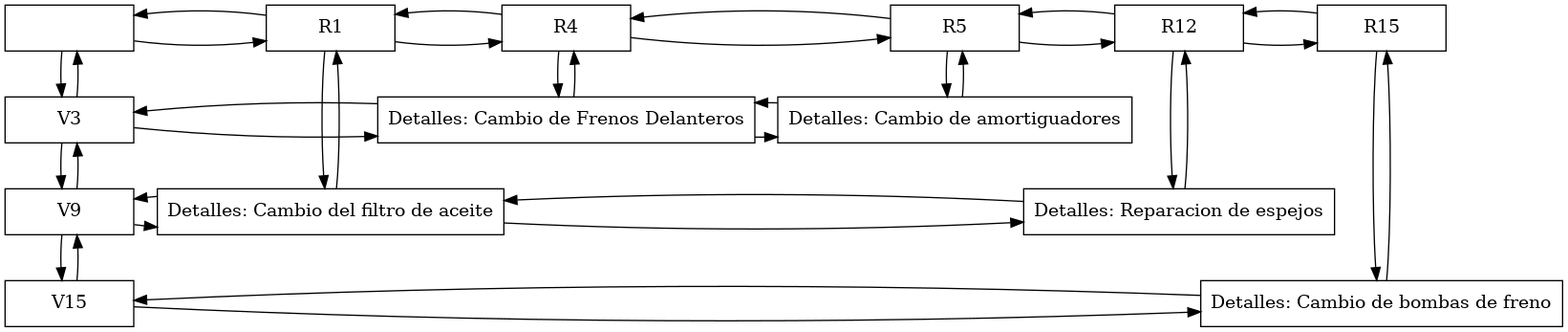
Before: Fase1/AutoGestPro/reports/Binnacle.png, a diagram exported from Graphviz (EstebanSNZT/-EDD-1S2025_202300769). Its source is kept beside it as Fase1/AutoGestPro/reports/Binnacle.dot.
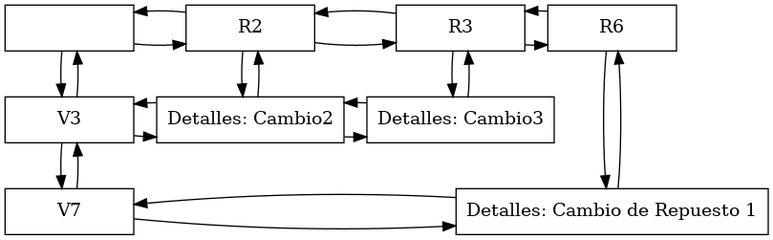
After the commit.

The edit, as a diff of the source:
```diff
@@ -2,40 +2,28 @@
     node [shape=box width=1.4];
     n0 [label="" group=0];
     V3 [label="V3" group=0];
-    V9 [label="V9" group=0];
-    V15 [label="V15" group=0];
-    R1 [label="R1" group=1];
-    R4 [label="R4" group=2];
-    R5 [label="R5" group=3];
-    R12 [label="R12" group=4];
-    R15 [label="R15" group=5];
-    N9_1 [label="Detalles: Cambio del filtro de aceite" group=1];
-    N3_4 [label="Detalles: Cambio de Frenos Delanteros" group=2];
-    N3_5 [label="Detalles: Cambio de amortiguadores" group=3];
-    N9_12 [label="Detalles: Reparacion de espejos" group=4];
-    N15_15 [label="Detalles: Cambio de bombas de freno" group=5];
-    n0 -> R1 -> R4 -> R5 -> R12 -> R15;
-    R15 -> R12 -> R5 -> R4 -> R1 -> n0;
-    V3 -> N3_4 -> N3_5;
-    N3_5 -> N3_4 -> V3;
-    V9 -> N9_1 -> N9_12;
-    N9_12 -> N9_1 -> V9;
-    V15 -> N15_15;
-    N15_15 -> V15;
-    n0 -> V3 -> V9 -> V15;
-    V15 -> V9 -> V3 -> n0;
-    R1 -> N9_1;
-    N9_1 -> R1;
-    R4 -> N3_4;
-    N3_4 -> R4;
-    R5 -> N3_5;
-    N3_5 -> R5;
-    R12 -> N9_12;
-    N9_12 -> R12;
-    R15 -> N15_15;
-    N15_15 -> R15;
-    { rank=same; n0; R1; R4; R5; R12; R15; };
-    { rank=same; V3; N3_4; N3_5; };
-    { rank=same; V9; N9_1; N9_12; };
-    { rank=same; V15; N15_15; };
+    V7 [label="V7" group=0];
+    R2 [label="R2" group=1];
+    R3 [label="R3" group=2];
+    R6 [label="R6" group=3];
+    N3_2 [label="Detalles: Cambio2" group=1];
+    N3_3 [label="Detalles: Cambio3" group=2];
+    N7_6 [label="Detalles: Cambio de Repuesto 1" group=3];
+    n0 -> R2 -> R3 -> R6;
+    R6 -> R3 -> R2 -> n0;
+    V3 -> N3_2 -> N3_3;
+    N3_3 -> N3_2 -> V3;
+    V7 -> N7_6;
+    N7_6 -> V7;
+    n0 -> V3 -> V7;
+    V7 -> V3 -> n0;
+    R2 -> N3_2;
+    N3_2 -> R2;
+    R3 -> N3_3;
+    N3_3 -> R3;
+    R6 -> N7_6;
+    N7_6 -> R6;
+    { rank=same; n0; R2; R3; R6; };
+    { rank=same; V3; N3_2; N3_3; };
+    { rank=same; V7; N7_6; };
 }
```
